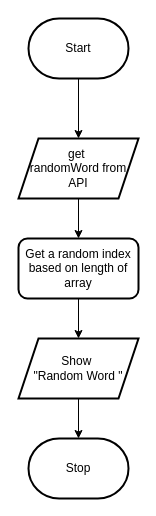
Above: design/flowchart.drawio in MTHS-ICD2O-1-2024/ICD2O-Assignment-06-catherine-vu-09 (draw.io), before the change. Source tidied: cells renumbered, new cells numbered last; positions are measured from the earlier drawing's top-left corner, leaving out a move shared by most shapes. Both pictures are drawn from the tidied source at 100%, with x=0, y=0 at pixel (18, 18).
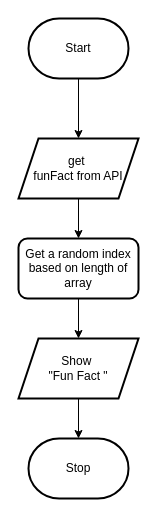
The same page after the edit.

Commit message (it also covers changes not shown here):
edited html flowchart story board js

What changed in the source:
```diff
@@
 <mxGraphModel>
   <root>
     <mxCell id="0" />
     <mxCell id="1" parent="0" />
     <mxCell id="2" style="edgeStyle=none;html=1;" parent="1" edge="1" source="3" target="6">
       <mxGeometry relative="1" as="geometry" />
     </mxCell>
     <mxCell id="3" value="Start" style="strokeWidth=2;html=1;shape=mxgraph.flowchart.terminator;whiteSpace=wrap;" parent="1" vertex="1">
       <mxGeometry x="10" width="100" height="60" as="geometry" />
     </mxCell>
     <mxCell id="4" value="Stop" style="strokeWidth=2;html=1;shape=mxgraph.flowchart.terminator;whiteSpace=wrap;" parent="1" vertex="1">
       <mxGeometry x="10" y="420" width="100" height="60" as="geometry" />
     </mxCell>
     <mxCell id="5" style="edgeStyle=none;html=1;" parent="1" edge="1" source="6" target="8">
       <mxGeometry relative="1" as="geometry" />
     </mxCell>
-    <mxCell id="6" value="get&amp;nbsp;&lt;div&gt;randomWord from API&lt;/div&gt;" style="shape=parallelogram;perimeter=parallelogramPerimeter;whiteSpace=wrap;html=1;fixedSize=1;strokeWidth=2;" parent="1" vertex="1">
+    <mxCell id="6" value="get&amp;nbsp;&lt;div&gt;funFact from API&lt;/div&gt;" style="shape=parallelogram;perimeter=parallelogramPerimeter;whiteSpace=wrap;html=1;fixedSize=1;strokeWidth=2;" parent="1" vertex="1">
       <mxGeometry y="120" width="120" height="60" as="geometry" />
     </mxCell>
     <mxCell id="7" style="edgeStyle=none;html=1;" parent="1" edge="1" source="8" target="10">
       <mxGeometry relative="1" as="geometry" />
     </mxCell>
     <mxCell id="8" value="Get a random index based on length of array" style="rounded=1;whiteSpace=wrap;html=1;strokeWidth=2;" parent="1" vertex="1">
       <mxGeometry y="220" width="120" height="60" as="geometry" />
     </mxCell>
     <mxCell id="9" style="edgeStyle=none;html=1;" parent="1" edge="1" source="10" target="4">
       <mxGeometry relative="1" as="geometry" />
     </mxCell>
-    <mxCell id="10" value="Show&amp;nbsp;&lt;div&gt;&quot;Random Word &quot;&lt;/div&gt;" style="shape=parallelogram;perimeter=parallelogramPerimeter;whiteSpace=wrap;html=1;fixedSize=1;rounded=0;strokeWidth=2;" parent="1" vertex="1">
+    <mxCell id="10" value="Show&amp;nbsp;&lt;div&gt;&quot;Fun Fact &quot;&lt;/div&gt;" style="shape=parallelogram;perimeter=parallelogramPerimeter;whiteSpace=wrap;html=1;fixedSize=1;rounded=0;strokeWidth=2;" parent="1" vertex="1">
       <mxGeometry y="320" width="120" height="60" as="geometry" />
     </mxCell>
   </root>
 </mxGraphModel>
```
